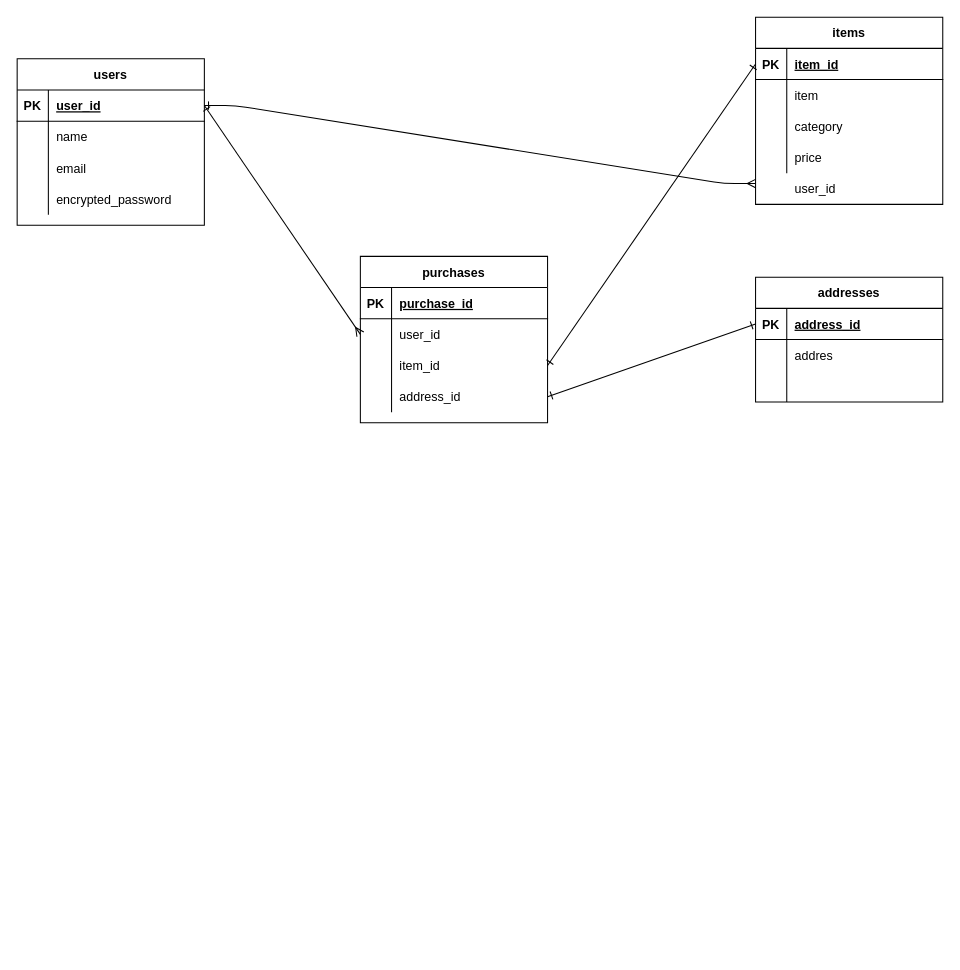
The draw.io diagram furima.dio in YukihitoTomojiri/furima-37077, before the edit. Source tidied: cells renumbered, new cells numbered last; positions are measured from the earlier drawing's top-left corner, leaving out a move shared by most shapes. Both pictures are drawn from the tidied source at 104%, with x=0, y=0 at pixel (17, 17).
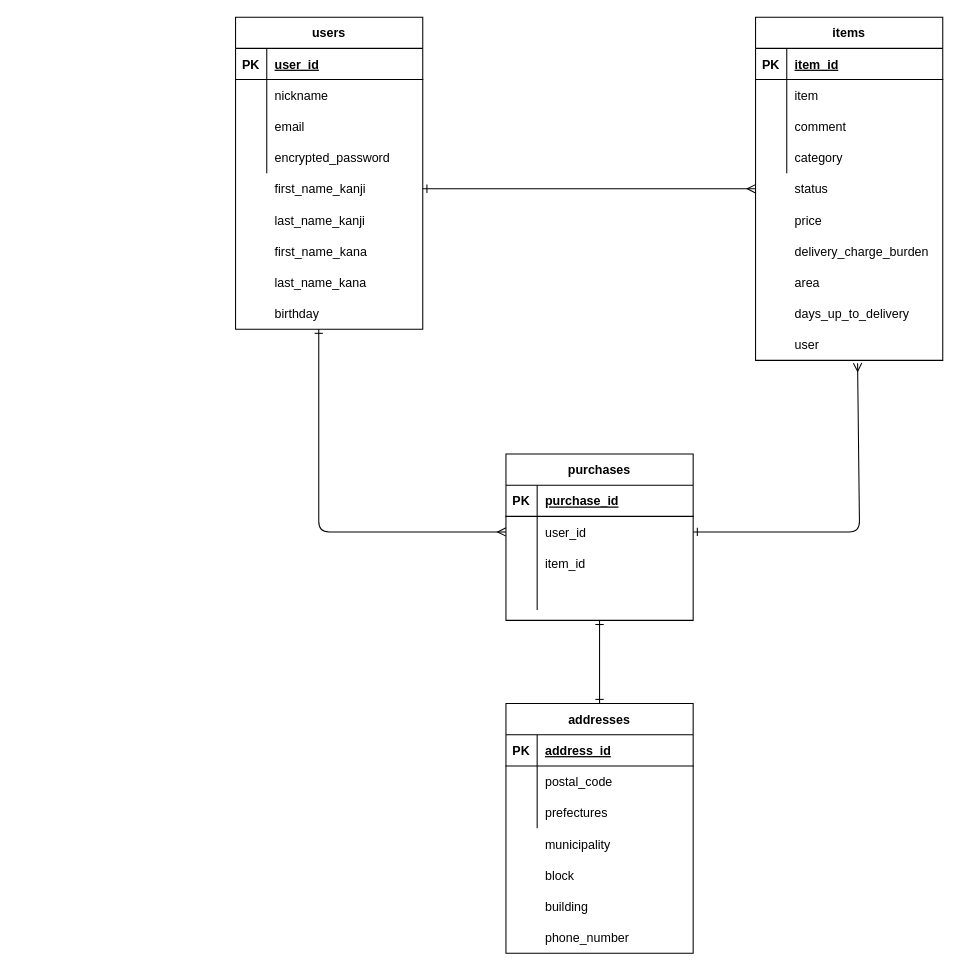
Above is the later version.

Commit message (it also covers changes not shown here):
ER図とREADEMEを修正

Unchanged cells that the change refers to:
```xml
<mxCell id="3" style="shape=partialRectangle;fillColor=none;top=0;left=0;bottom=1;right=0;points=[[0,0.5],[1,0.5]];portConstraint=eastwest;" parent="2" vertex="1">
  <mxGeometry y="30" width="180" height="30" as="geometry" />
</mxCell>
<mxCell id="6" style="shape=partialRectangle;fillColor=none;top=0;left=0;bottom=0;right=0;" parent="2" vertex="1">
  <mxGeometry y="60" width="180" height="30" as="geometry" />
</mxCell>
<mxCell id="16" style="shape=partialRectangle;fillColor=none;top=0;left=0;bottom=1;right=0;points=[[0,0.5],[1,0.5]];portConstraint=eastwest;" parent="15" vertex="1">
  <mxGeometry y="30" width="180" height="30" as="geometry" />
</mxCell>
<mxCell id="22" style="shape=partialRectangle;fillColor=none;top=0;left=0;bottom=0;right=0;" parent="15" vertex="1">
  <mxGeometry y="90" width="180" height="30" as="geometry" />
</mxCell>
<mxCell id="25" style="shape=partialRectangle;fillColor=none;top=0;left=0;bottom=0;right=0;" parent="15" vertex="1">
  <mxGeometry y="120" width="180" height="30" as="geometry" />
</mxCell>
<mxCell id="33" style="shape=partialRectangle;fillColor=none;top=0;left=0;bottom=0;right=0;points=[[0,0.5],[1,0.5]];portConstraint=eastwest;" parent="29" vertex="1">
  <mxGeometry y="60" width="180" height="30" as="geometry" />
</mxCell>
<mxCell id="36" style="shape=partialRectangle;fillColor=none;top=0;left=0;bottom=0;right=0;points=[[0,0.5],[1,0.5]];portConstraint=eastwest;" parent="29" vertex="1">
  <mxGeometry y="90" width="180" height="30" as="geometry" />
</mxCell>
<mxCell id="39" style="shape=partialRectangle;fillColor=none;top=0;left=0;bottom=0;right=0;points=[[0,0.5],[1,0.5]];portConstraint=eastwest;" parent="29" vertex="1">
  <mxGeometry y="120" width="180" height="30" as="geometry" />
</mxCell>
<mxCell id="43" style="shape=partialRectangle;fillColor=none;top=0;left=0;bottom=1;right=0;points=[[0,0.5],[1,0.5]];portConstraint=eastwest;" parent="42" vertex="1">
  <mxGeometry y="30" width="180" height="30" as="geometry" />
</mxCell>
<mxCell id="46" style="shape=partialRectangle;fillColor=none;top=0;left=0;bottom=0;right=0;" parent="42" vertex="1">
  <mxGeometry y="60" width="180" height="30" as="geometry" />
</mxCell>
<mxCell id="49" style="shape=partialRectangle;fillColor=none;top=0;left=0;bottom=0;right=0;" parent="42" vertex="1">
  <mxGeometry y="90" width="180" height="30" as="geometry" />
</mxCell>
```

The edit, as a diff of the source:
```diff
@@
+    <mxCell id="56" style="edgeStyle=none;html=1;entryX=0;entryY=0.5;entryDx=0;entryDy=0;startArrow=ERone;startFill=0;endArrow=ERmany;endFill=0;" parent="1" edge="1" target="33">
+      <mxGeometry relative="1" as="geometry">
+        <mxPoint x="290" y="300" as="sourcePoint" />
+        <Array as="points">
+          <mxPoint x="290" y="495" />
+        </Array>
+      </mxGeometry>
+    </mxCell>
     <mxCell id="2" value="users" style="shape=table;startSize=30;childLayout=tableLayout;rowLines=0;fontStyle=1;align=center;" parent="1" vertex="1">
-      <mxGeometry y="40" width="180" height="160" as="geometry" />
+      <mxGeometry x="210" width="180" height="300" as="geometry" />
     </mxCell>
@@
-    <mxCell id="8" value="name" style="shape=partialRectangle;fillColor=none;top=0;left=0;bottom=0;right=0;align=left;spacingLeft=6;overflow=hidden;" parent="6" vertex="1">
+    <mxCell id="8" value="nickname" style="shape=partialRectangle;fillColor=none;top=0;left=0;bottom=0;right=0;align=left;spacingLeft=6;overflow=hidden;" parent="6" vertex="1">
       <mxGeometry x="30" width="150" height="30" as="geometry" />
     </mxCell>
@@
     <mxCell id="15" value="items" style="shape=table;startSize=30;childLayout=tableLayout;rowLines=0;fontStyle=1;align=center;" parent="1" vertex="1">
-      <mxGeometry x="710" width="180" height="180" as="geometry" />
+      <mxGeometry x="710" width="180" height="330" as="geometry" />
     </mxCell>
@@
-    <mxCell id="24" value="category" style="shape=partialRectangle;fillColor=none;top=0;left=0;bottom=0;right=0;align=left;spacingLeft=6;overflow=hidden;" parent="22" vertex="1">
+    <mxCell id="24" value="comment" style="shape=partialRectangle;fillColor=none;top=0;left=0;bottom=0;right=0;align=left;spacingLeft=6;overflow=hidden;" parent="22" vertex="1">
       <mxGeometry x="30" width="150" height="30" as="geometry" />
     </mxCell>
@@
-    <mxCell id="27" value="price" style="shape=partialRectangle;fillColor=none;top=0;left=0;bottom=0;right=0;align=left;spacingLeft=6;overflow=hidden;" parent="25" vertex="1">
+    <mxCell id="27" value="category" style="shape=partialRectangle;fillColor=none;top=0;left=0;bottom=0;right=0;align=left;spacingLeft=6;overflow=hidden;" parent="25" vertex="1">
       <mxGeometry x="30" width="150" height="30" as="geometry" />
     </mxCell>
-    <mxCell id="28" value="user_id" style="shape=partialRectangle;fillColor=none;top=0;left=0;bottom=0;right=0;align=left;spacingLeft=6;overflow=hidden;" parent="1" vertex="1">
-      <mxGeometry x="740" y="150" width="150" height="30" as="geometry" />
-    </mxCell>
+    <mxCell id="57" style="edgeStyle=none;html=1;exitX=0.5;exitY=1;exitDx=0;exitDy=0;entryX=0.5;entryY=0;entryDx=0;entryDy=0;startArrow=ERone;startFill=0;endArrow=ERone;endFill=0;" parent="1" edge="1" source="29" target="42">
+      <mxGeometry relative="1" as="geometry" />
+    </mxCell>
     <mxCell id="29" value="purchases" style="shape=table;startSize=30;childLayout=tableLayout;rowLines=0;fontStyle=1;align=center;" parent="1" vertex="1">
-      <mxGeometry x="330" y="230" width="180" height="160" as="geometry" />
+      <mxGeometry x="470" y="420" width="180" height="160" as="geometry" />
     </mxCell>
@@
-    <mxCell id="41" value="address_id" style="shape=partialRectangle;fillColor=none;top=0;left=0;bottom=0;right=0;align=left;spacingLeft=6;overflow=hidden;" parent="39" vertex="1">
+    <mxCell id="41" style="shape=partialRectangle;fillColor=none;top=0;left=0;bottom=0;right=0;align=left;spacingLeft=6;overflow=hidden;" parent="39" vertex="1">
       <mxGeometry x="30" width="150" height="30" as="geometry" />
     </mxCell>
+    <mxCell id="58" style="shape=partialRectangle;fillColor=none;top=0;left=0;bottom=0;right=0;overflow=hidden;" parent="1" vertex="1">
+      <mxGeometry y="200" width="30" height="30" as="geometry" />
+    </mxCell>
+    <mxCell id="59" value="first_name_kanji" style="shape=partialRectangle;fillColor=none;top=0;left=0;bottom=0;right=0;align=left;spacingLeft=6;overflow=hidden;" parent="1" vertex="1">
+      <mxGeometry x="240" y="150" width="150" height="30" as="geometry" />
+    </mxCell>
+    <mxCell id="60" style="shape=partialRectangle;fillColor=none;top=0;left=0;bottom=0;right=0;overflow=hidden;" parent="1" vertex="1">
+      <mxGeometry y="240" width="30" height="30" as="geometry" />
+    </mxCell>
+    <mxCell id="61" value="last_name_kanji" style="shape=partialRectangle;fillColor=none;top=0;left=0;bottom=0;right=0;align=left;spacingLeft=6;overflow=hidden;" parent="1" vertex="1">
+      <mxGeometry x="240" y="180" width="150" height="30" as="geometry" />
+    </mxCell>
+    <mxCell id="62" style="shape=partialRectangle;fillColor=none;top=0;left=0;bottom=0;right=0;overflow=hidden;" parent="1" vertex="1">
+      <mxGeometry y="280" width="30" height="30" as="geometry" />
+    </mxCell>
+    <mxCell id="63" value="first_name_kana" style="shape=partialRectangle;fillColor=none;top=0;left=0;bottom=0;right=0;align=left;spacingLeft=6;overflow=hidden;" parent="1" vertex="1">
+      <mxGeometry x="240" y="210" width="150" height="30" as="geometry" />
+    </mxCell>
+    <mxCell id="64" style="shape=partialRectangle;fillColor=none;top=0;left=0;bottom=0;right=0;overflow=hidden;" parent="1" vertex="1">
+      <mxGeometry y="320" width="30" height="30" as="geometry" />
+    </mxCell>
+    <mxCell id="65" value="last_name_kana" style="shape=partialRectangle;fillColor=none;top=0;left=0;bottom=0;right=0;align=left;spacingLeft=6;overflow=hidden;" parent="1" vertex="1">
+      <mxGeometry x="240" y="240" width="150" height="30" as="geometry" />
+    </mxCell>
+    <mxCell id="66" style="shape=partialRectangle;fillColor=none;top=0;left=0;bottom=0;right=0;overflow=hidden;" parent="1" vertex="1">
+      <mxGeometry y="360" width="30" height="30" as="geometry" />
+    </mxCell>
+    <mxCell id="67" value="birthday" style="shape=partialRectangle;fillColor=none;top=0;left=0;bottom=0;right=0;align=left;spacingLeft=6;overflow=hidden;" parent="1" vertex="1">
+      <mxGeometry x="240" y="270" width="150" height="30" as="geometry" />
+    </mxCell>
+    <mxCell id="68" style="edgeStyle=none;html=1;startArrow=ERmany;startFill=0;endArrow=ERone;endFill=0;" parent="1" edge="1" source="70">
+      <mxGeometry relative="1" as="geometry">
+        <mxPoint x="390" y="165" as="targetPoint" />
+      </mxGeometry>
+    </mxCell>
+    <mxCell id="69" style="edgeStyle=none;html=1;entryX=1;entryY=0.5;entryDx=0;entryDy=0;startArrow=ERmany;startFill=0;endArrow=ERone;endFill=0;exitX=0.545;exitY=1.089;exitDx=0;exitDy=0;exitPerimeter=0;" parent="1" edge="1" source="76" target="33">
+      <mxGeometry relative="1" as="geometry">
+        <Array as="points">
+          <mxPoint x="810" y="495" />
+        </Array>
+      </mxGeometry>
+    </mxCell>
+    <mxCell id="70" style="shape=partialRectangle;fillColor=none;top=0;left=0;bottom=0;right=0;points=[[0,0.5],[1,0.5]];portConstraint=eastwest;" parent="1" vertex="1">
+      <mxGeometry x="710" y="150" width="180" height="30" as="geometry" />
+    </mxCell>
+    <mxCell id="71" style="shape=partialRectangle;fillColor=none;top=0;left=0;bottom=0;right=0;overflow=hidden;" parent="70" vertex="1">
+      <mxGeometry width="30" height="30" as="geometry" />
+    </mxCell>
+    <mxCell id="72" value="status" style="shape=partialRectangle;fillColor=none;top=0;left=0;bottom=0;right=0;align=left;spacingLeft=6;overflow=hidden;" parent="70" vertex="1">
+      <mxGeometry x="30" width="150" height="30" as="geometry" />
+    </mxCell>
+    <mxCell id="73" style="shape=partialRectangle;fillColor=none;top=0;left=0;bottom=0;right=0;" parent="1" vertex="1">
+      <mxGeometry x="710" y="180" width="180" height="30" as="geometry" />
+    </mxCell>
+    <mxCell id="74" style="shape=partialRectangle;fillColor=none;top=0;left=0;bottom=0;right=0;overflow=hidden;" parent="73" vertex="1">
+      <mxGeometry width="30" height="30" as="geometry" />
+    </mxCell>
+    <mxCell id="75" value="price" style="shape=partialRectangle;fillColor=none;top=0;left=0;bottom=0;right=0;align=left;spacingLeft=6;overflow=hidden;" parent="73" vertex="1">
+      <mxGeometry x="30" width="150" height="30" as="geometry" />
+    </mxCell>
+    <mxCell id="76" style="shape=partialRectangle;fillColor=none;top=0;left=0;bottom=0;right=0;points=[[0,0.5],[1,0.5]];portConstraint=eastwest;" parent="1" vertex="1">
+      <mxGeometry x="710" y="300" width="180" height="30" as="geometry" />
+    </mxCell>
+    <mxCell id="77" style="shape=partialRectangle;fillColor=none;top=0;left=0;bottom=0;right=0;overflow=hidden;" parent="76" vertex="1">
+      <mxGeometry width="30" height="30" as="geometry" />
+    </mxCell>
+    <mxCell id="78" value="user" style="shape=partialRectangle;fillColor=none;top=0;left=0;bottom=0;right=0;align=left;spacingLeft=6;overflow=hidden;" parent="76" vertex="1">
+      <mxGeometry x="30" width="150" height="30" as="geometry" />
+    </mxCell>
+    <mxCell id="79" value="delivery_charge_burden" style="shape=partialRectangle;fillColor=none;top=0;left=0;bottom=0;right=0;align=left;spacingLeft=6;overflow=hidden;" parent="1" vertex="1">
+      <mxGeometry x="740" y="210" width="150" height="30" as="geometry" />
+    </mxCell>
+    <mxCell id="80" value="area" style="shape=partialRectangle;fillColor=none;top=0;left=0;bottom=0;right=0;align=left;spacingLeft=6;overflow=hidden;" parent="1" vertex="1">
+      <mxGeometry x="740" y="240" width="150" height="30" as="geometry" />
+    </mxCell>
+    <mxCell id="81" value="days_up_to_delivery" style="shape=partialRectangle;fillColor=none;top=0;left=0;bottom=0;right=0;align=left;spacingLeft=6;overflow=hidden;" parent="1" vertex="1">
+      <mxGeometry x="740" y="270" width="150" height="30" as="geometry" />
+    </mxCell>
+    <mxCell id="82" style="group;" parent="1" vertex="1">
+      <mxGeometry x="470" y="660" width="180" height="240" as="geometry" />
+    </mxCell>
-    <mxCell id="42" value="addresses" style="shape=table;startSize=30;childLayout=tableLayout;rowLines=0;fontStyle=1;align=center;" parent="1" vertex="1">
-      <mxGeometry x="710" y="250" width="180" height="120" as="geometry" />
+    <mxCell id="42" value="addresses" style="shape=table;startSize=30;childLayout=tableLayout;rowLines=0;fontStyle=1;align=center;" parent="82" vertex="1">
+      <mxGeometry width="180" height="240" as="geometry" />
     </mxCell>
@@
-    <mxCell id="48" value="addres" style="shape=partialRectangle;fillColor=none;top=0;left=0;bottom=0;right=0;align=left;spacingLeft=6;overflow=hidden;" parent="46" vertex="1">
+    <mxCell id="48" value="postal_code" style="shape=partialRectangle;fillColor=none;top=0;left=0;bottom=0;right=0;align=left;spacingLeft=6;overflow=hidden;" parent="46" vertex="1">
       <mxGeometry x="30" width="150" height="30" as="geometry" />
     </mxCell>
@@
-    <mxCell id="51" style="shape=partialRectangle;fillColor=none;top=0;left=0;bottom=0;right=0;align=left;spacingLeft=6;overflow=hidden;" parent="49" vertex="1">
+    <mxCell id="51" value="prefectures" style="shape=partialRectangle;fillColor=none;top=0;left=0;bottom=0;right=0;align=left;spacingLeft=6;overflow=hidden;" parent="49" vertex="1">
       <mxGeometry x="30" width="150" height="30" as="geometry" />
     </mxCell>
-    <mxCell id="52" style="edgeStyle=entityRelationEdgeStyle;fontSize=12;html=1;endArrow=ERmany;exitX=1;exitY=0.5;exitDx=0;exitDy=0;endFill=0;startArrow=ERone;startFill=0;" parent="1" edge="1" source="3">
-      <mxGeometry relative="1" as="geometry">
-        <mxPoint x="710" y="160" as="targetPoint" />
-      </mxGeometry>
-    </mxCell>
-    <mxCell id="53" style="edgeStyle=none;html=1;exitX=0;exitY=0.5;exitDx=0;exitDy=0;entryX=1;entryY=0.5;entryDx=0;entryDy=0;endArrow=ERone;endFill=0;startArrow=ERone;startFill=0;" parent="1" edge="1" source="16" target="36">
-      <mxGeometry relative="1" as="geometry" />
-    </mxCell>
-    <mxCell id="54" style="edgeStyle=none;html=1;exitX=1;exitY=0.5;exitDx=0;exitDy=0;entryX=0;entryY=0.5;entryDx=0;entryDy=0;startArrow=ERone;startFill=0;endArrow=ERone;endFill=0;" parent="1" edge="1" source="39" target="43">
-      <mxGeometry relative="1" as="geometry" />
-    </mxCell>
-    <mxCell id="55" style="edgeStyle=none;html=1;exitX=0;exitY=0.5;exitDx=0;exitDy=0;entryX=1;entryY=0.5;entryDx=0;entryDy=0;startArrow=ERmany;startFill=0;endArrow=ERone;endFill=0;" parent="1" edge="1" source="33" target="3">
-      <mxGeometry relative="1" as="geometry" />
-    </mxCell>
+    <mxCell id="83" value="municipality" style="shape=partialRectangle;fillColor=none;top=0;left=0;bottom=0;right=0;align=left;spacingLeft=6;overflow=hidden;" parent="82" vertex="1">
+      <mxGeometry x="30" y="120" width="150" height="30" as="geometry" />
+    </mxCell>
+    <mxCell id="84" value="block" style="shape=partialRectangle;fillColor=none;top=0;left=0;bottom=0;right=0;align=left;spacingLeft=6;overflow=hidden;" parent="82" vertex="1">
+      <mxGeometry x="30" y="150" width="150" height="30" as="geometry" />
+    </mxCell>
+    <mxCell id="85" value="building" style="shape=partialRectangle;fillColor=none;top=0;left=0;bottom=0;right=0;align=left;spacingLeft=6;overflow=hidden;" parent="82" vertex="1">
+      <mxGeometry x="30" y="180" width="150" height="30" as="geometry" />
+    </mxCell>
+    <mxCell id="86" value="phone_number" style="shape=partialRectangle;fillColor=none;top=0;left=0;bottom=0;right=0;align=left;spacingLeft=6;overflow=hidden;" parent="82" vertex="1">
+      <mxGeometry x="30" y="210" width="150" height="30" as="geometry" />
+    </mxCell>
```
